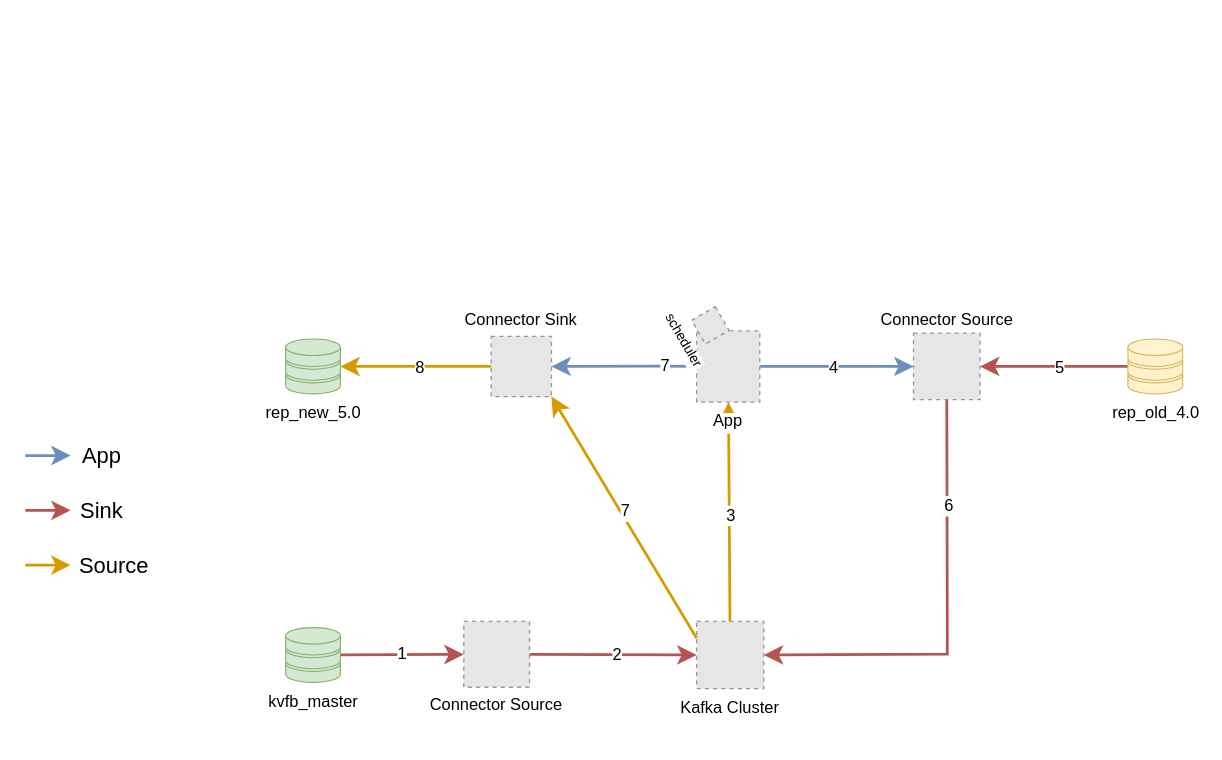
This is page "Copy Data Flow" (2 of 2) of KOL MongoDB.drawio from khinhvuphiduong/diagrams.net, a draw.io file, before an edit. Source tidied: cells renumbered, new cells numbered last; positions are measured from the earlier drawing's top-left corner, leaving out a move shared by most shapes. Both pictures are drawn from the tidied source at 137%, with x=0, y=0 at pixel (25, 297). Pictures stored in the file or linked from it are replaced by grey dashed boxes.
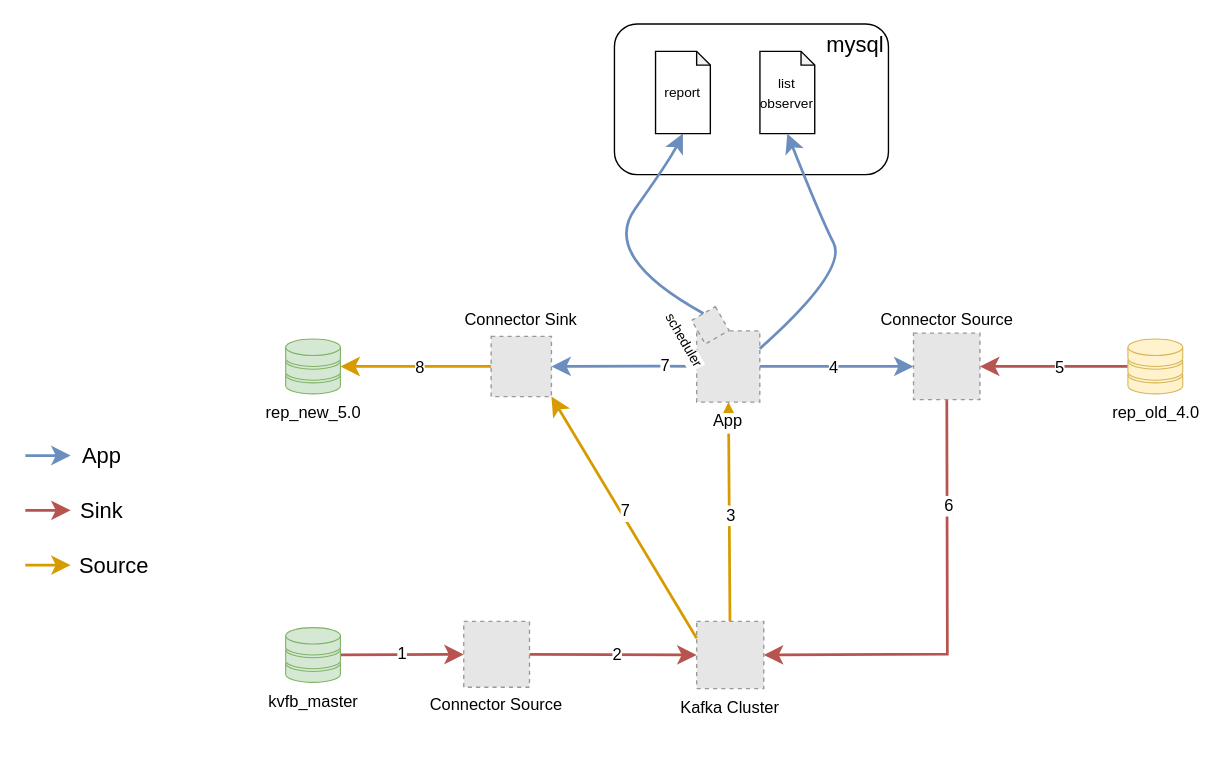
Above is the later version.

Unchanged cells that the change refers to:
```xml
<mxCell id="16" value="App" style="fillColor=#E6E6E6;strokeColor=#999999;dashed=1;verticalLabelPosition=bottom;labelBackgroundColor=default;verticalAlign=top;" parent="1" vertex="1">
  <mxGeometry x="490" y="24" width="46.1" height="52" as="geometry" />
</mxCell>
<mxCell id="24" value="scheduler" style="fillColor=#E6E6E6;strokeColor=#999999;dashed=1;verticalLabelPosition=bottom;labelBackgroundColor=default;verticalAlign=top;rotation=60;fontSize=10;" parent="1" vertex="1">
  <mxGeometry x="490" y="10" width="20" height="20" as="geometry" />
</mxCell>
```

Diff of the diagram source:
```diff
@@
+    <mxCell id="41" style="rounded=1;whiteSpace=wrap;html=1;" parent="1" vertex="1">
+      <mxGeometry x="430" y="-200" width="200" height="110" as="geometry" />
+    </mxCell>
@@
+    <mxCell id="42" style="curved=1;endArrow=classic;html=1;rounded=0;fontSize=12;startSize=8;endSize=8;exitX=0;exitY=0.5;exitDx=0;exitDy=0;entryX=0.5;entryY=1;entryDx=0;entryDy=0;entryPerimeter=0;strokeWidth=2;fillColor=#dae8fc;strokeColor=#6c8ebf;" parent="1" edge="1" source="24" target="43">
+      <mxGeometry relative="1" as="geometry">
+        <Array as="points">
+          <mxPoint x="420" y="-30" />
+          <mxPoint x="470" y="-100" />
+        </Array>
+      </mxGeometry>
+    </mxCell>
+    <mxCell id="43" value="&lt;font style=&quot;font-size: 10px;&quot;&gt;report&lt;/font&gt;" style="shape=note;whiteSpace=wrap;html=1;backgroundOutline=1;darkOpacity=0.05;size=10;" parent="1" vertex="1">
+      <mxGeometry x="460" y="-180" width="40" height="60" as="geometry" />
+    </mxCell>
+    <mxCell id="44" value="&lt;font style=&quot;font-size: 10px;&quot;&gt;list observer&lt;/font&gt;" style="shape=note;whiteSpace=wrap;html=1;backgroundOutline=1;darkOpacity=0.05;size=10;" parent="1" vertex="1">
+      <mxGeometry x="536.2" y="-180" width="40" height="60" as="geometry" />
+    </mxCell>
+    <mxCell id="45" style="curved=1;endArrow=classic;html=1;rounded=0;fontSize=12;startSize=8;endSize=8;entryX=0.5;entryY=1;entryDx=0;entryDy=0;entryPerimeter=0;exitX=1;exitY=0.25;exitDx=0;exitDy=0;strokeWidth=2;fillColor=#dae8fc;strokeColor=#6c8ebf;" parent="1" edge="1" source="16" target="44">
+      <mxGeometry relative="1" as="geometry">
+        <Array as="points">
+          <mxPoint x="600" y="-20" />
+          <mxPoint x="580" y="-60" />
+        </Array>
+      </mxGeometry>
+    </mxCell>
+    <mxCell id="46" value="mysql" style="text;html=1;align=center;verticalAlign=middle;whiteSpace=wrap;rounded=0;fontSize=16;" parent="1" vertex="1">
+      <mxGeometry x="576.2" y="-200" width="60" height="30" as="geometry" />
+    </mxCell>
```
